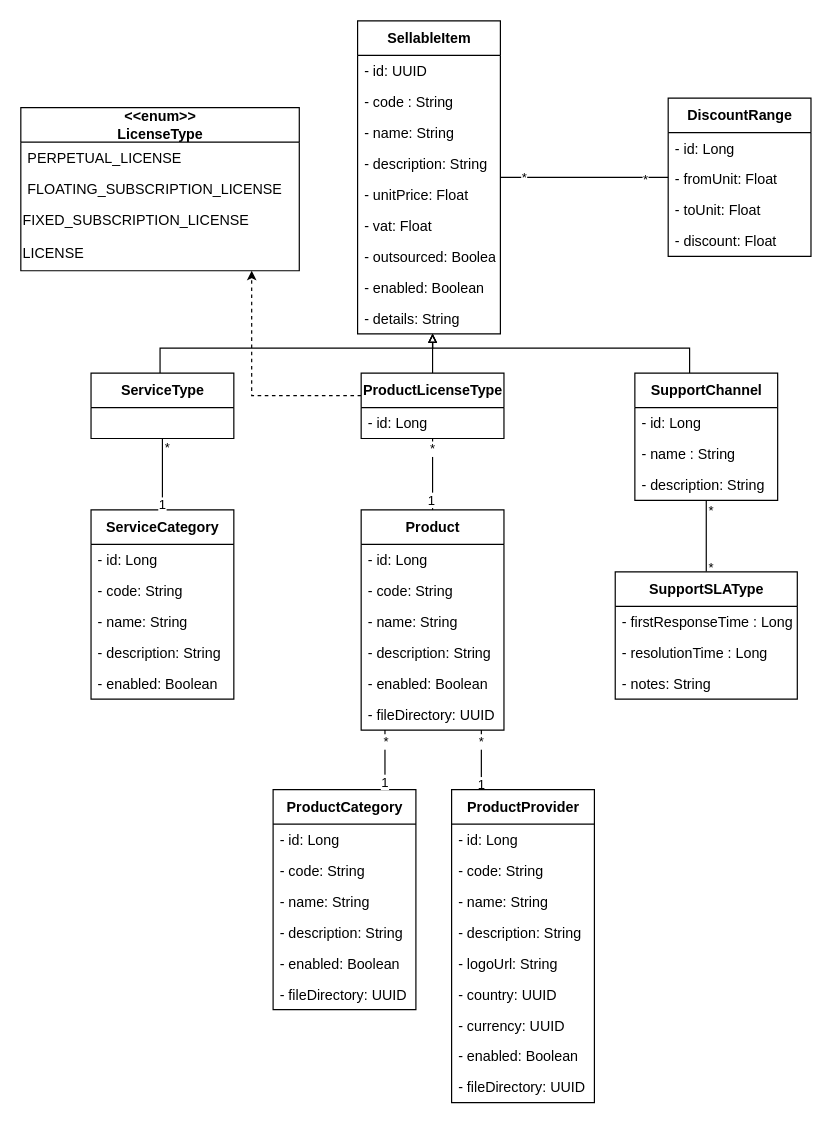
ZidiMedAmine/UML keeps this draw.io diagram as Sellable/_DiagrammeClasseSellable.drawio. Above is the earlier version. Source tidied: cells renumbered, new cells numbered last; positions are measured from the earlier drawing's top-left corner, leaving out a move shared by most shapes. Both pictures are drawn from the tidied source at 119%, with x=0, y=0 at pixel (20, 20).
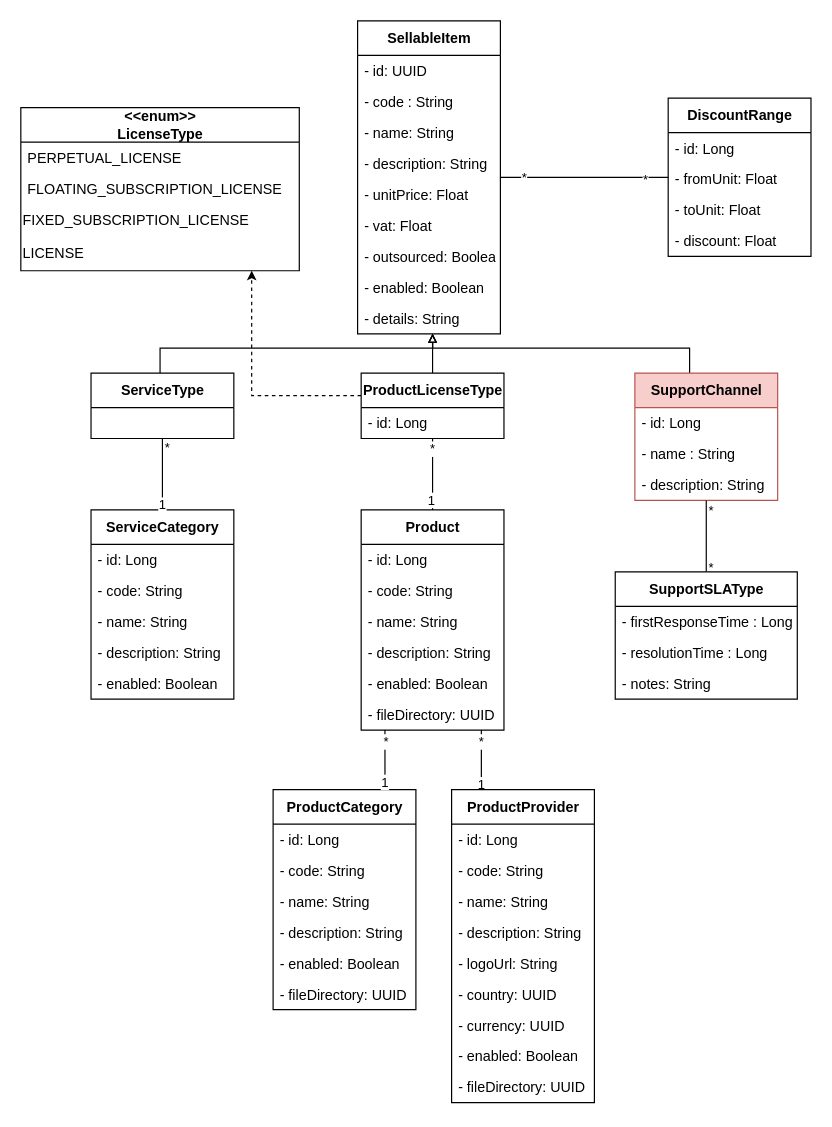
Above is the later version.

The edit, as a diff of the source:
```diff
@@
-    <mxCell id="22" value="&lt;b&gt;SupportChannel&lt;/b&gt;" style="swimlane;fontStyle=0;align=center;verticalAlign=middle;horizontal=1;startSize=29;html=1;fontSize=12;labelPosition=center;verticalLabelPosition=middle;strokeColor=default;swimlaneLine=1;rounded=0;shadow=0;glass=0;sketch=0;perimeterSpacing=0;" parent="1" vertex="1">
+    <mxCell id="22" value="&lt;b&gt;SupportChannel&lt;/b&gt;" style="swimlane;fontStyle=0;align=center;verticalAlign=middle;horizontal=1;startSize=29;html=1;fontSize=12;labelPosition=center;verticalLabelPosition=middle;strokeColor=#b85450;swimlaneLine=1;rounded=0;shadow=0;glass=0;sketch=0;perimeterSpacing=0;fillColor=#f8cecc;" parent="1" vertex="1">
       <mxGeometry x="516" y="296" width="120" height="107" as="geometry" />
     </mxCell>
```
